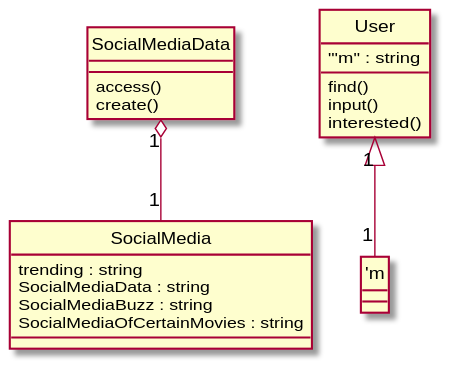
Above: Diagrams/2019-USC-Project10.svg in xixixhalu/DomainModelExtractor (PlantUML), before the change. Its diagram source:
```plantuml
@startuml
hide circle
class SocialMedia {
	trending : string
	SocialMediaData : string
	SocialMediaBuzz : string
	SocialMediaOfCertainMovies : string
}
class User {
	"'m" : string
	find()
	input()
	interested()
}
class SocialMediaData {
	access()
	create()
}
User "1" <|-- "1" "'m"
SocialMediaData "1" o-- "1" SocialMedia
@enduml
```
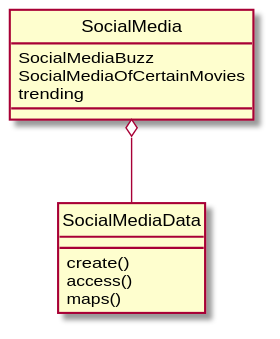
After the commit.

The edit, as a diff of the source:
```diff
@@ -1,21 +1,14 @@
 @startuml
 hide circle
 class SocialMedia {
-	trending : string
-	SocialMediaData : string
-	SocialMediaBuzz : string
-	SocialMediaOfCertainMovies : string
-}
-class User {
-	"'m" : string
-	find()
-	input()
-	interested()
+	SocialMediaBuzz
+	SocialMediaOfCertainMovies
+	trending
 }
 class SocialMediaData {
+	create()
 	access()
-	create()
+	maps()
 }
-User "1" <|-- "1" "'m"
-SocialMediaData "1" o-- "1" SocialMedia
+SocialMedia o-- SocialMediaData
 @enduml
```
